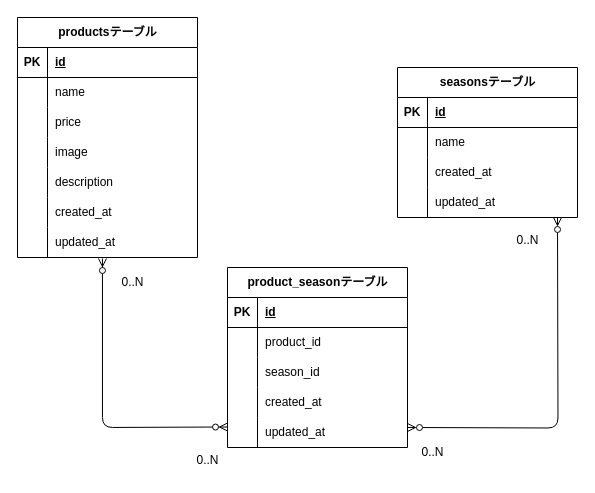
This is ER.drawio from yurinaniko/mogitate-flea-market, a draw.io file, before an edit. Source tidied: cells renumbered, new cells numbered last; positions are measured from the earlier drawing's top-left corner, leaving out a move shared by most shapes. Both pictures are drawn from the tidied source at 100%, with x=0, y=0 at pixel (17, 17).
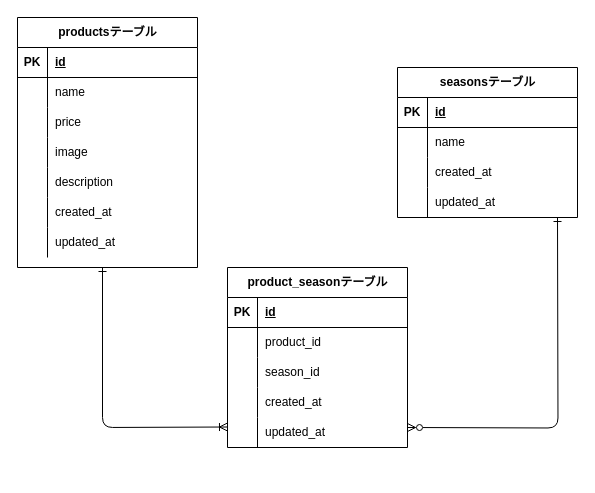
The same page after the edit.

Unchanged cells that the change refers to:
```xml
<mxCell id="21" style="shape=tableRow;horizontal=0;startSize=0;swimlaneHead=0;swimlaneBody=0;fillColor=none;points=[[0,0.5],[1,0.5]];portConstraint=eastwest;top=0;left=0;right=0;bottom=0;" parent="2" vertex="1">
  <mxGeometry y="210" width="180" height="30" as="geometry" />
</mxCell>
```

What changed in the source:
```diff
@@
     <mxCell id="2" value="&lt;span class=&quot;notion-enable-hover&quot;&gt;productsテーブル&lt;/span&gt;" style="shape=table;startSize=30;childLayout=tableLayout;rowLines=0;fontStyle=1;align=center;html=1;" parent="1" vertex="1">
-      <mxGeometry width="180" height="240" as="geometry" />
+      <mxGeometry width="180" height="250" as="geometry" />
     </mxCell>
@@
-    <mxCell id="53" style="fontSize=12;html=1;endArrow=ERzeroToMany;endFill=1;entryX=0.472;entryY=1.033;entryDx=0;entryDy=0;entryPerimeter=0;edgeStyle=elbowEdgeStyle;exitX=-0.017;exitY=0.967;exitDx=0;exitDy=0;exitPerimeter=0;elbow=vertical;startArrow=ERzeroToMany;startFill=0;" parent="1" edge="1" target="21">
+    <mxCell id="53" style="fontSize=12;html=1;endArrow=ERone;endFill=0;edgeStyle=elbowEdgeStyle;exitX=-0.017;exitY=0.967;exitDx=0;exitDy=0;exitPerimeter=0;elbow=vertical;startArrow=ERoneToMany;startFill=0;" parent="1" edge="1">
       <mxGeometry relative="1" as="geometry">
         <mxPoint x="210" y="409.5" as="sourcePoint" />
+        <mxPoint x="85" y="250" as="targetPoint" />
         <Array as="points">
           <mxPoint x="60" y="410" />
         </Array>
       </mxGeometry>
     </mxCell>
-    <mxCell id="54" style="edgeStyle=orthogonalEdgeStyle;fontSize=12;html=1;endArrow=ERzeroToMany;endFill=0;startArrow=ERzeroToMany;startFill=0;" parent="1" edge="1">
+    <mxCell id="54" style="edgeStyle=orthogonalEdgeStyle;fontSize=12;html=1;endArrow=ERone;endFill=0;startArrow=ERzeroToMany;startFill=0;" parent="1" edge="1">
       <mxGeometry relative="1" as="geometry">
         <mxPoint x="390" y="410" as="sourcePoint" />
         <mxPoint x="540" y="200" as="targetPoint" />
       </mxGeometry>
     </mxCell>
-    <mxCell id="55" value="0..N" style="text;html=1;align=center;verticalAlign=middle;strokeColor=none;fillColor=none;" parent="1" vertex="1">
-      <mxGeometry x="390" y="420" width="50" height="30" as="geometry" />
-    </mxCell>
-    <mxCell id="56" value="0..N" style="text;html=1;align=center;verticalAlign=middle;strokeColor=none;fillColor=none;" parent="1" vertex="1">
-      <mxGeometry x="165" y="428" width="50" height="30" as="geometry" />
-    </mxCell>
-    <mxCell id="57" value="0..N" style="text;html=1;align=center;verticalAlign=middle;strokeColor=none;fillColor=none;" parent="1" vertex="1">
-      <mxGeometry x="90" y="250" width="50" height="30" as="geometry" />
-    </mxCell>
-    <mxCell id="58" value="0..N" style="text;html=1;align=center;verticalAlign=middle;strokeColor=none;fillColor=none;" parent="1" vertex="1">
-      <mxGeometry x="485" y="208" width="50" height="30" as="geometry" />
-    </mxCell>
```
